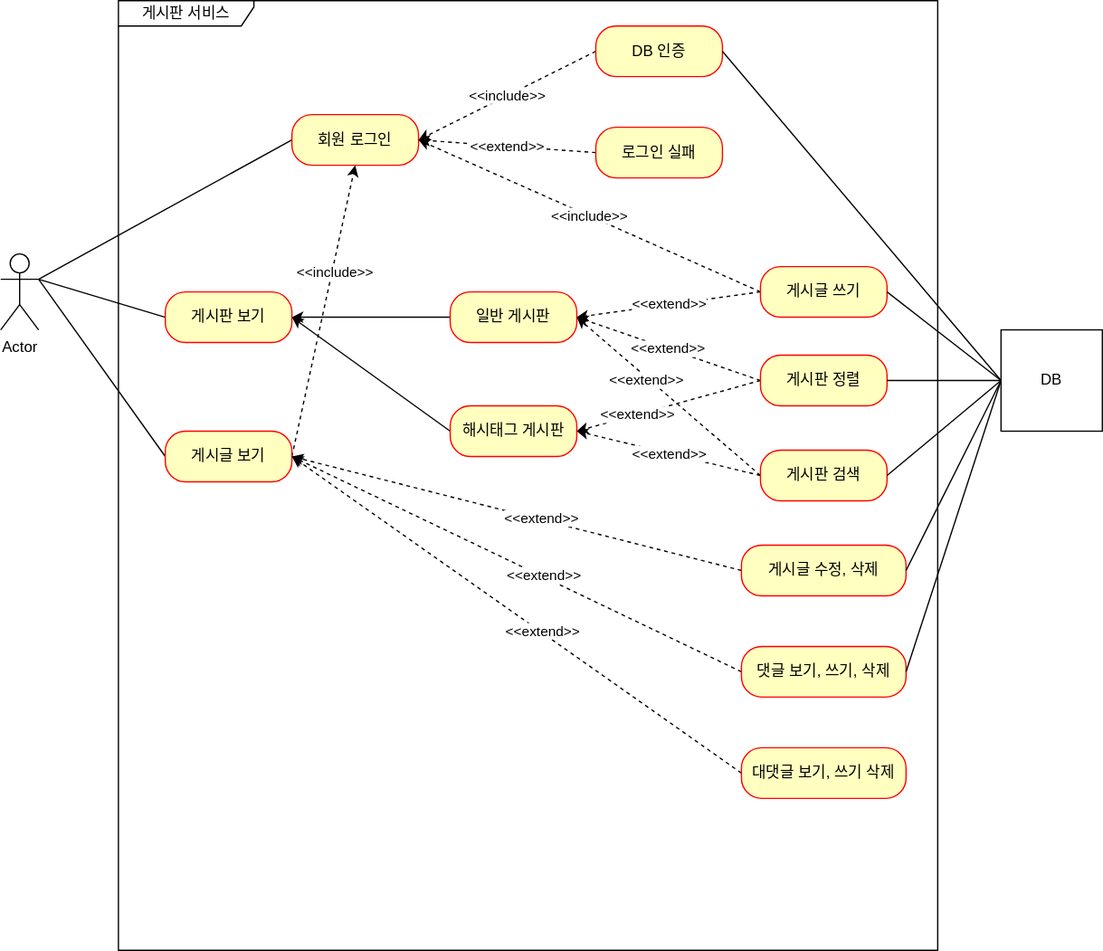
The draw.io diagram document/usecase.svg in dongeranguk/fastcampus-project-board, before a commit. Source tidied: cells renumbered, new cells last; positions are measured from the earlier drawing's top-left corner, leaving out a move shared by most shapes.
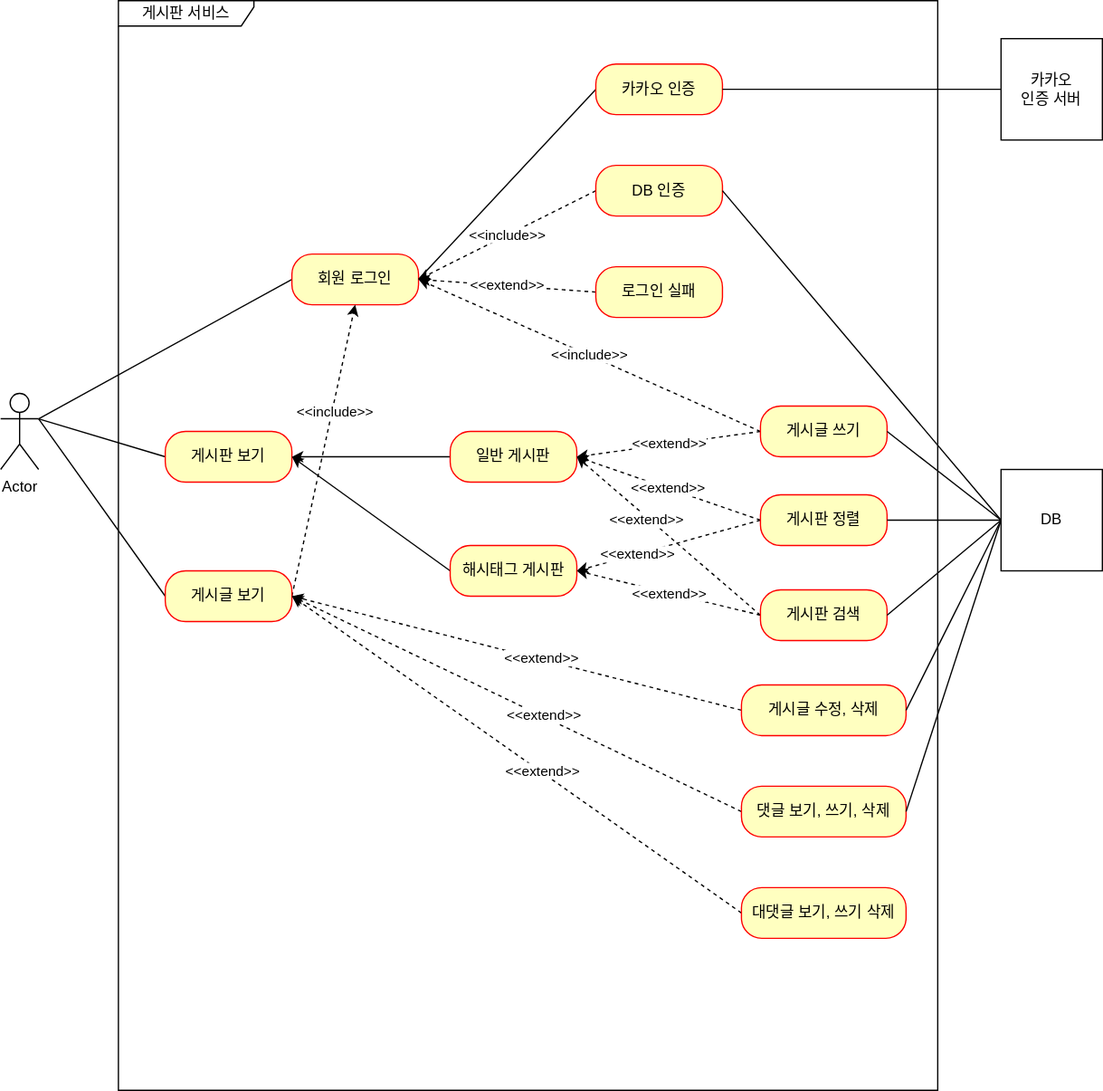
Above is the later version.

Commit message:
#49 - use-case.svg : 카카오 인증 유즈 케이스 추가(대댓글 미리 표현)

The edit, as a diff of the source:
```diff
@@ -15,7 +15,7 @@
       <mxGeometry y="200" width="30" height="60" as="geometry" />
     </mxCell>
     <mxCell id="6" value="게시판 서비스" style="shape=umlFrame;whiteSpace=wrap;html=1;width=107;height=20;" parent="1" vertex="1">
-      <mxGeometry x="93" width="647" height="750" as="geometry" />
+      <mxGeometry x="93" y="-110" width="647" height="860" as="geometry" />
     </mxCell>
     <mxCell id="7" value="회원 로그인" style="rounded=1;whiteSpace=wrap;html=1;arcSize=40;fontColor=#000000;fillColor=#ffffc0;strokeColor=#ff0000;" parent="1" vertex="1">
       <mxGeometry x="230" y="90" width="100" height="40" as="geometry" />
@@ -142,5 +142,17 @@
     <mxCell id="45" value="DB" style="whiteSpace=wrap;html=1;" parent="1" vertex="1">
       <mxGeometry x="790" y="260" width="80" height="80" as="geometry" />
     </mxCell>
+    <mxCell id="46" style="edgeStyle=none;rounded=0;jettySize=auto;html=1;exitX=0;exitY=0.5;exitDx=0;exitDy=0;entryX=1;entryY=0.5;entryDx=0;entryDy=0;endArrow=none;endFill=0;" parent="1" edge="1" source="47" target="7">
+      <mxGeometry relative="1" as="geometry" />
+    </mxCell>
+    <mxCell id="47" value="카카오 인증" style="rounded=1;whiteSpace=wrap;html=1;arcSize=40;fontColor=#000000;fillColor=#ffffc0;strokeColor=#ff0000;" parent="1" vertex="1">
+      <mxGeometry x="470" y="-60" width="100" height="40" as="geometry" />
+    </mxCell>
+    <mxCell id="48" style="edgeStyle=none;rounded=0;jettySize=auto;html=1;exitX=0;exitY=0.5;exitDx=0;exitDy=0;endArrow=none;endFill=0;" parent="1" edge="1" source="49" target="47">
+      <mxGeometry relative="1" as="geometry" />
+    </mxCell>
+    <mxCell id="49" value="카카오&lt;br&gt;인증 서버" style="whiteSpace=wrap;html=1;" parent="1" vertex="1">
+      <mxGeometry x="790" y="-80" width="80" height="80" as="geometry" />
+    </mxCell>
   </root>
 </mxGraphModel>
```
